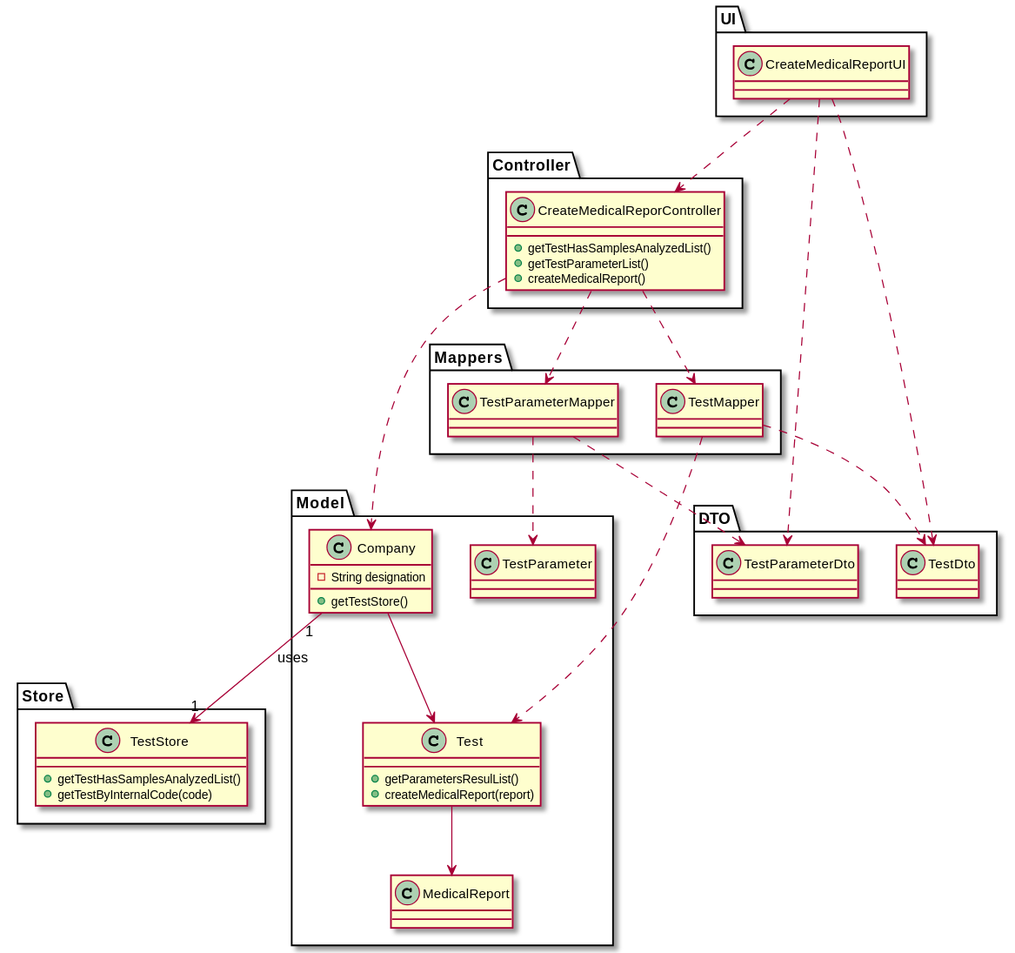
The PlantUML diagram docs/SprintC/US14/US14_CD.svg in manu-07-ela/LAPR2_ISEP, before a commit.
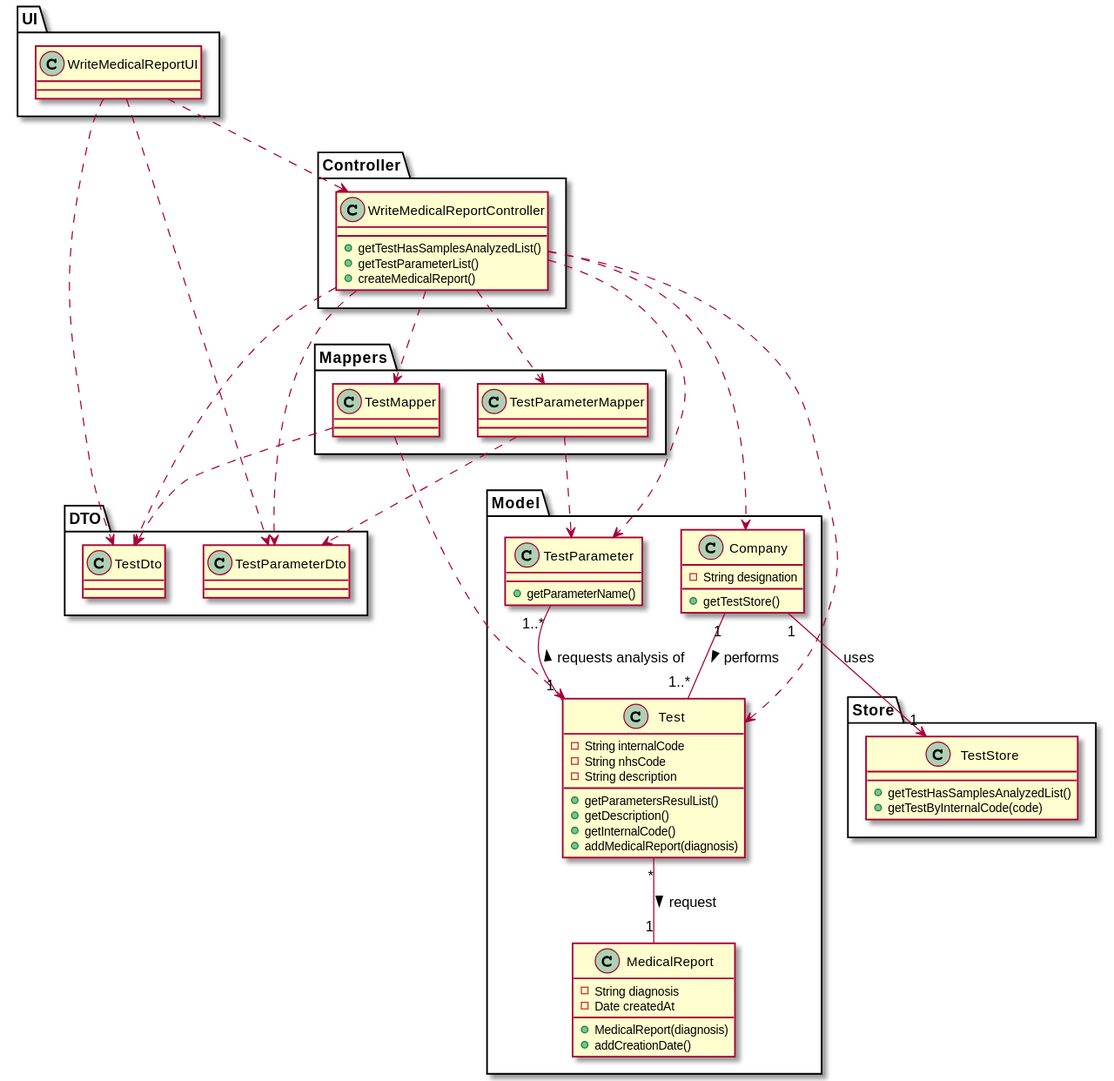
Later version of the same file.

The edit, as a diff of the source:
```diff
@@ -1,12 +1,12 @@
 @startuml
 
 package UI{
-class CreateMedicalReportUI{
+class WriteMedicalReportUI{
 }
 }
 
 package Controller{
-class CreateMedicalReporController{
+class WriteMedicalReportController{
 +getTestHasSamplesAnalyzedList()
 +getTestParameterList()
 +createMedicalReport()
@@ -20,14 +20,24 @@
 }
 
 class Test{
+-String internalCode
+-String nhsCode
+-String description
 +getParametersResulList()
-+createMedicalReport(report)
++getDescription()
++getInternalCode()
++addMedicalReport(diagnosis)
 }
 
 class MedicalReport{
+-String diagnosis
+-Date createdAt
++ MedicalReport(diagnosis)
++ addCreationDate()
 }
 
 class TestParameter{
++ getParameterName()
 }
 }
 
@@ -55,18 +65,23 @@
 }
 
 
-CreateMedicalReportUI ..> CreateMedicalReporController
-CreateMedicalReportUI ..> TestDto
-CreateMedicalReportUI ..> TestParameterDto
-CreateMedicalReporController ..> Company
-CreateMedicalReporController ..> TestMapper
-CreateMedicalReporController ..> TestParameterMapper
+WriteMedicalReportUI ..> WriteMedicalReportController
+WriteMedicalReportUI ..> TestDto
+WriteMedicalReportUI ..> TestParameterDto
+WriteMedicalReportController ..> Company
+WriteMedicalReportController ..> TestMapper
+WriteMedicalReportController ...> TestParameterDto
+WriteMedicalReportController ...> TestDto
+WriteMedicalReportController ...> TestParameter
+WriteMedicalReportController ...> Test
+WriteMedicalReportController ..> TestParameterMapper
 TestParameterMapper ..> TestParameterDto
 TestParameterMapper ..> TestParameter
 TestMapper ..> TestDto
 TestMapper ..> Test
-Company --> Test
-Test --> MedicalReport
+Company "1"--"1..*" Test : performs >
+TestParameter "1..*" --"1" Test : requests analysis of <
+Test "*"--"1" MedicalReport : request >
 Company"1"--> "1" TestStore : uses
 
 @enduml
```
